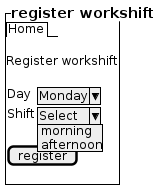
This is docs/UML/Prototype/register-workshift.png from LapTQ/MCT, a PlantUML export, as it was before one commit.
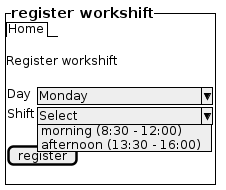
After the change.

The edit, as a diff of the source:
```diff
@@ -7,8 +7,8 @@
     Register workshift
     .
     {
-        Day | ^Monday^
-        Shift | ^Select^ morning^ afternoon^
+        Day | ^Monday              ^
+        Shift | ^ Select             ^ morning (8:30 - 12:00) ^ afternoon (13:30 - 16:00) ^
     }
     .
     [register]
```
